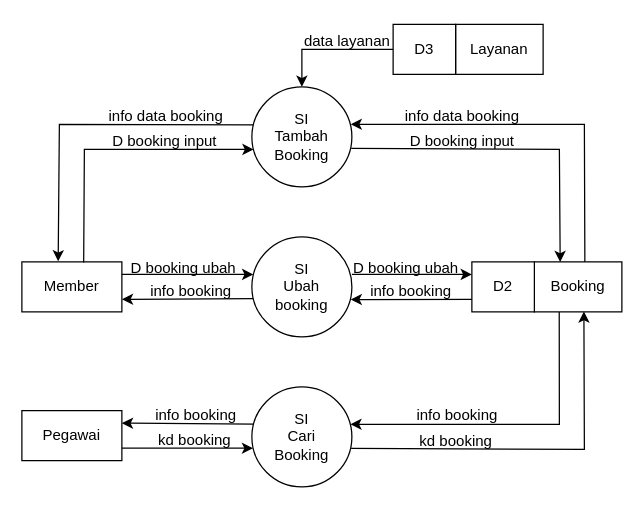
Earlier version of the draw.io diagram booking 1.drawio (yogadwipayana/ERD). Source tidied: cells renumbered, new cells numbered last; positions are measured from the earlier drawing's top-left corner, leaving out a move shared by most shapes. Both pictures are drawn from the tidied source at 125%, with x=0, y=0 at pixel (21, 22).
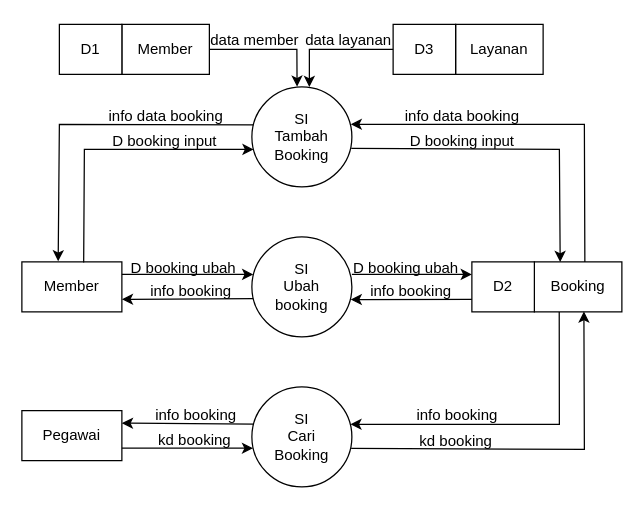
Above is the later version.

Unchanged cells that the change refers to:
```xml
<mxCell id="4" value="SI&lt;div&gt;Tambah&lt;br&gt;&lt;div&gt;Booking&lt;/div&gt;&lt;/div&gt;" style="ellipse;whiteSpace=wrap;html=1;" parent="1" vertex="1">
  <mxGeometry x="184" y="51" width="80" height="80" as="geometry" />
</mxCell>
<mxCell id="34" value="D3" style="rounded=0;whiteSpace=wrap;html=1;" parent="1" vertex="1">
  <mxGeometry x="297" y="1" width="50" height="40" as="geometry" />
</mxCell>
```

Diff of the diagram source:
```diff
@@
-    <mxCell id="35" style="endArrow=classic;html=1;rounded=0;exitX=0;exitY=0.5;exitDx=0;exitDy=0;entryX=0.5;entryY=0;entryDx=0;entryDy=0;" parent="1" edge="1" source="34" target="4">
+    <mxCell id="35" style="endArrow=classic;html=1;rounded=0;exitX=0;exitY=0.5;exitDx=0;exitDy=0;entryX=0.575;entryY=0.002;entryDx=0;entryDy=0;entryPerimeter=0;" parent="1" edge="1" source="34" target="4">
       <mxGeometry relative="1" as="geometry">
         <Array as="points">
-          <mxPoint x="224" y="21" />
+          <mxPoint x="230" y="21" />
         </Array>
       </mxGeometry>
     </mxCell>
     <mxCell id="36" value="data layanan" style="text;html=1;align=center;verticalAlign=middle;strokeColor=none;fillColor=none;" parent="1" vertex="1">
-      <mxGeometry x="215" width="90" height="30" as="geometry" />
+      <mxGeometry x="216" y="-1" width="90" height="30" as="geometry" />
     </mxCell>
+    <mxCell id="37" value="Member" style="rounded=0;whiteSpace=wrap;html=1;" parent="1" vertex="1">
+      <mxGeometry x="80" y="1" width="70" height="40" as="geometry" />
+    </mxCell>
+    <mxCell id="38" value="D1" style="rounded=0;whiteSpace=wrap;html=1;" parent="1" vertex="1">
+      <mxGeometry x="30" y="1" width="50" height="40" as="geometry" />
+    </mxCell>
+    <mxCell id="39" style="endArrow=classic;html=1;rounded=0;exitX=1;exitY=0.5;exitDx=0;exitDy=0;entryX=0.452;entryY=-0.002;entryDx=0;entryDy=0;entryPerimeter=0;" parent="1" edge="1" source="37" target="4">
+      <mxGeometry relative="1" as="geometry">
+        <Array as="points">
+          <mxPoint x="220" y="21" />
+        </Array>
+      </mxGeometry>
+    </mxCell>
+    <mxCell id="40" value="data member" style="text;html=1;align=center;verticalAlign=middle;strokeColor=none;fillColor=none;" parent="1" vertex="1">
+      <mxGeometry x="141" y="-1" width="90" height="30" as="geometry" />
+    </mxCell>
```
